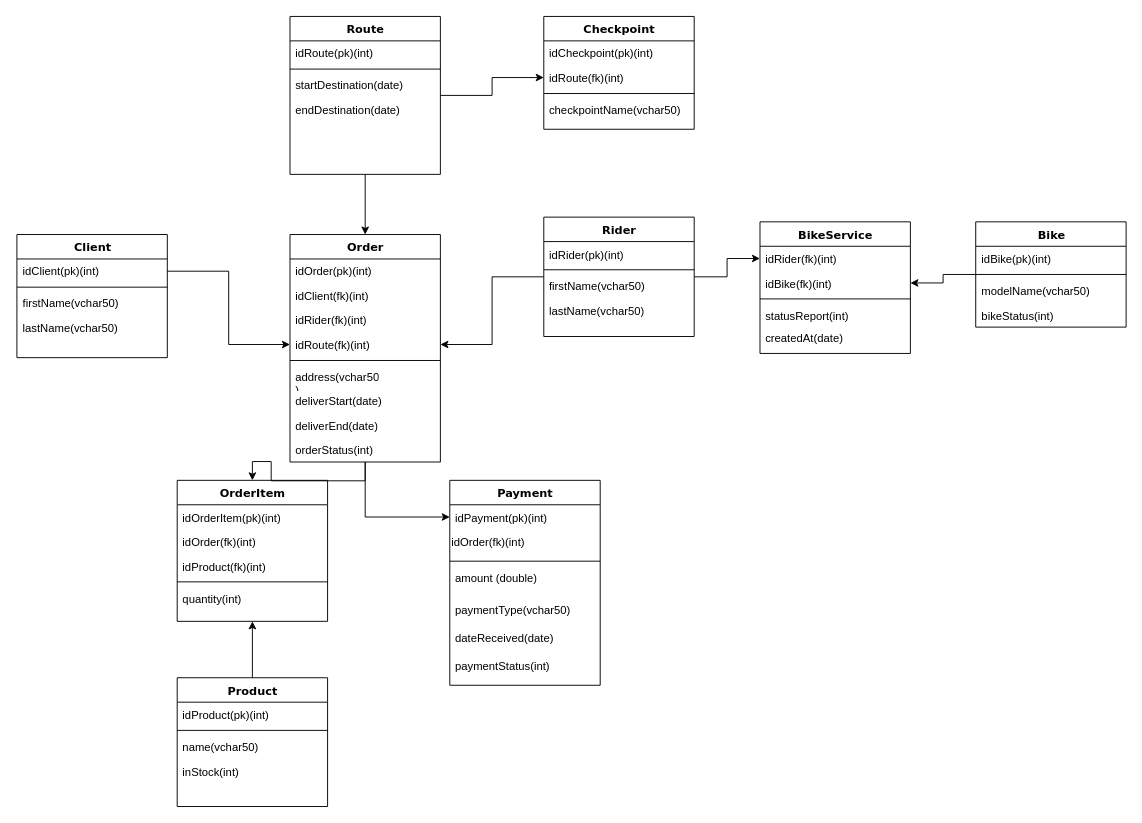
This is Documents/kargobike.drawio from lorisclivaz/KargoBike, a draw.io file, before an edit. Source tidied: cells renumbered, new cells numbered last; positions are measured from the earlier drawing's top-left corner, leaving out a move shared by most shapes. Both pictures are drawn from the tidied source at 94%, with x=0, y=0 at pixel (17, 16).
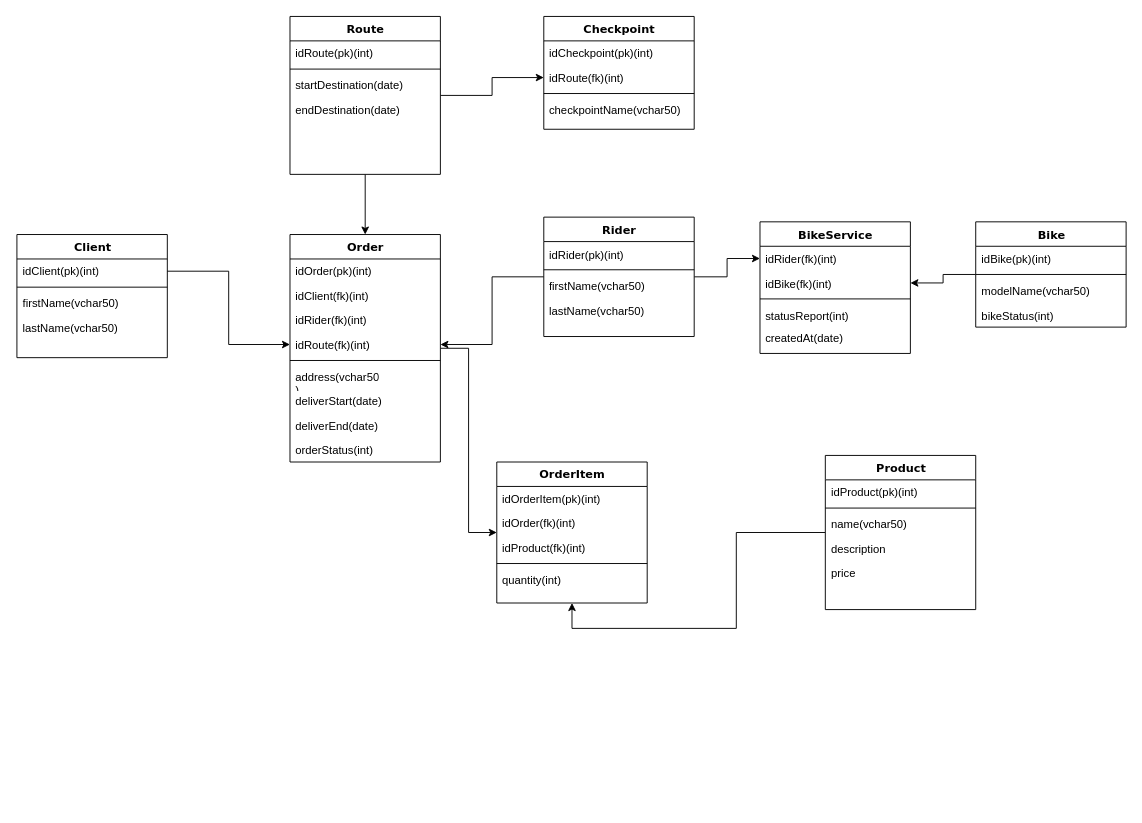
Above is the later version.

Unchanged cells that the change refers to:
```xml
<mxCell id="23" value="Order" style="swimlane;html=1;fontStyle=1;align=center;verticalAlign=top;horizontal=1;startSize=26;swimlaneFillColor=#ffffff;rounded=0;shadow=0;comic=0;labelBackgroundColor=none;strokeWidth=1;fillColor=none;fontFamily=Verdana;fontSize=12;" parent="1" vertex="1">
  <mxGeometry x="290" y="232" width="160" height="242" as="geometry" />
</mxCell>
```

Diff of the diagram source:
```diff
@@
     <mxCell id="3" value="Product" style="swimlane;html=1;fontStyle=1;align=center;verticalAlign=top;horizontal=1;startSize=26;swimlaneFillColor=#ffffff;rounded=0;shadow=0;comic=0;labelBackgroundColor=none;strokeWidth=1;fillColor=none;fontFamily=Verdana;fontSize=12;" parent="1" vertex="1">
-      <mxGeometry x="170" y="703.5" width="160" height="137" as="geometry" />
+      <mxGeometry x="859.5" y="467" width="160" height="164" as="geometry" />
     </mxCell>
@@
-    <mxCell id="7" value="inStock(int)" style="text;html=1;strokeColor=none;fillColor=none;align=left;verticalAlign=top;spacingLeft=4;spacingRight=4;whiteSpace=wrap;overflow=hidden;" parent="3" vertex="1">
+    <mxCell id="7" value="description" style="text;html=1;strokeColor=none;fillColor=none;align=left;verticalAlign=top;spacingLeft=4;spacingRight=4;whiteSpace=wrap;overflow=hidden;" parent="3" vertex="1">
       <mxGeometry y="86" width="160" height="26" as="geometry" />
     </mxCell>
+    <mxCell id="71" value="price" style="text;html=1;strokeColor=none;fillColor=none;align=left;verticalAlign=top;spacingLeft=4;spacingRight=4;whiteSpace=wrap;overflow=hidden;" parent="3" vertex="1">
+      <mxGeometry y="112" width="160" height="26" as="geometry" />
+    </mxCell>
@@
-    <mxCell id="22" style="edgeStyle=orthogonalEdgeStyle;rounded=0;jettySize=auto;html=1;entryX=0;entryY=0.5;entryDx=0;entryDy=0;" parent="1" edge="1" source="23" target="58">
-      <mxGeometry relative="1" as="geometry" />
-    </mxCell>
@@
     <mxCell id="33" value="OrderItem" style="swimlane;html=1;fontStyle=1;align=center;verticalAlign=top;horizontal=1;startSize=26;swimlaneFillColor=#ffffff;rounded=0;shadow=0;comic=0;labelBackgroundColor=none;strokeWidth=1;fillColor=none;fontFamily=Verdana;fontSize=12;" parent="1" vertex="1">
-      <mxGeometry x="170" y="493.5" width="160" height="150" as="geometry" />
+      <mxGeometry x="510" y="474" width="160" height="150" as="geometry" />
     </mxCell>
@@
-    <mxCell id="57" value="Payment" style="swimlane;html=1;fontStyle=1;align=center;verticalAlign=top;horizontal=1;startSize=26;swimlaneFillColor=#ffffff;rounded=0;shadow=0;comic=0;labelBackgroundColor=none;strokeWidth=1;fillColor=none;fontFamily=Verdana;fontSize=12;" parent="1" vertex="1">
-      <mxGeometry x="460" y="493.5" width="160" height="218" as="geometry" />
-    </mxCell>
-    <mxCell id="58" value="idPayment(pk)(int)" style="text;html=1;strokeColor=none;fillColor=none;align=left;verticalAlign=top;spacingLeft=4;spacingRight=4;whiteSpace=wrap;overflow=hidden;points=[[0,0.5],[1,0.5]];portConstraint=eastwest;" parent="57" vertex="1">
-      <mxGeometry y="26" width="160" height="26" as="geometry" />
-    </mxCell>
-    <mxCell id="59" value="idOrder(fk)(int)" style="text;html=1;" parent="57" vertex="1">
-      <mxGeometry y="52" width="160" height="30" as="geometry" />
-    </mxCell>
-    <mxCell id="60" style="line;html=1;strokeWidth=1;fillColor=none;align=left;verticalAlign=middle;spacingTop=-1;spacingLeft=3;spacingRight=3;labelPosition=right;" parent="57" vertex="1">
-      <mxGeometry y="82" width="160" height="8" as="geometry" />
-    </mxCell>
-    <mxCell id="61" value="amount (double)" style="text;html=1;strokeColor=none;fillColor=none;align=left;verticalAlign=top;spacingLeft=4;spacingRight=4;whiteSpace=wrap;overflow=hidden;" parent="57" vertex="1">
-      <mxGeometry y="90" width="160" height="34" as="geometry" />
-    </mxCell>
-    <mxCell id="62" value="paymentType(vchar50)" style="text;html=1;strokeColor=none;fillColor=none;align=left;verticalAlign=top;spacingLeft=4;spacingRight=4;whiteSpace=wrap;overflow=hidden;" parent="57" vertex="1">
-      <mxGeometry y="124" width="160" height="30" as="geometry" />
-    </mxCell>
-    <mxCell id="63" value="dateReceived(date)" style="text;html=1;strokeColor=none;fillColor=none;align=left;verticalAlign=top;spacingLeft=4;spacingRight=4;whiteSpace=wrap;overflow=hidden;" parent="57" vertex="1">
-      <mxGeometry y="154" width="160" height="30" as="geometry" />
-    </mxCell>
-    <mxCell id="64" value="paymentStatus(int)" style="text;html=1;strokeColor=none;fillColor=none;align=left;verticalAlign=top;spacingLeft=4;spacingRight=4;whiteSpace=wrap;overflow=hidden;" parent="57" vertex="1">
-      <mxGeometry y="184" width="160" height="34" as="geometry" />
-    </mxCell>
```
